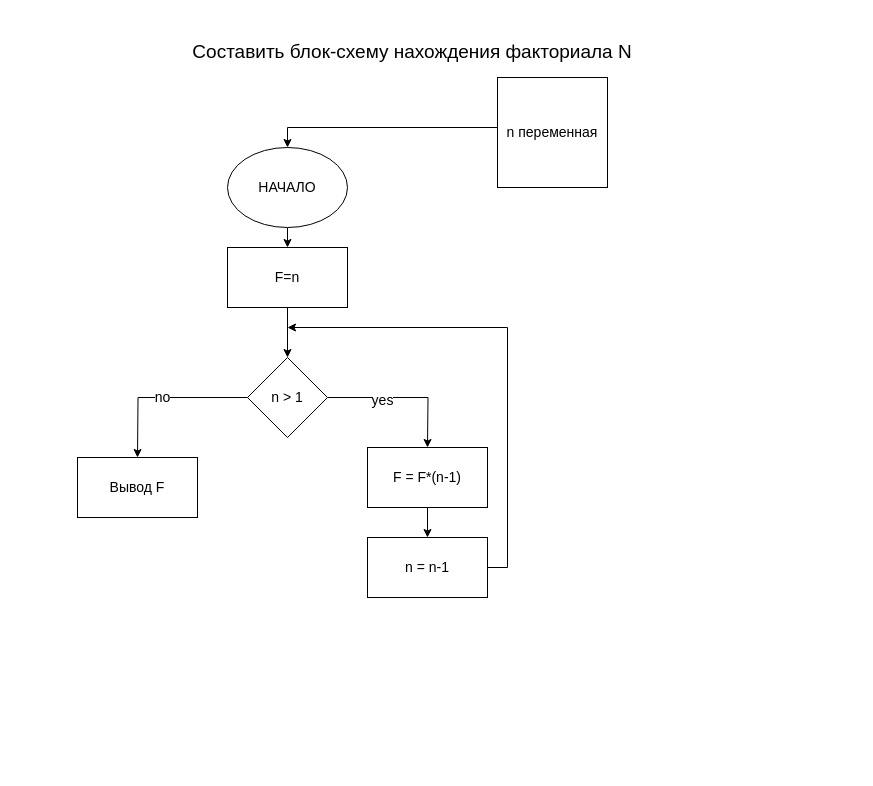
Semiranov/BlokShemi keeps this draw.io diagram as page "Страница 2" (2 of 2) of дз1.drawio. Above is the earlier version. Source tidied: cells renumbered, new cells numbered last; positions are measured from the earlier drawing's top-left corner, leaving out a move shared by most shapes. Both pictures are drawn from the tidied source at 100%, with x=0, y=0 at pixel (77, 37).
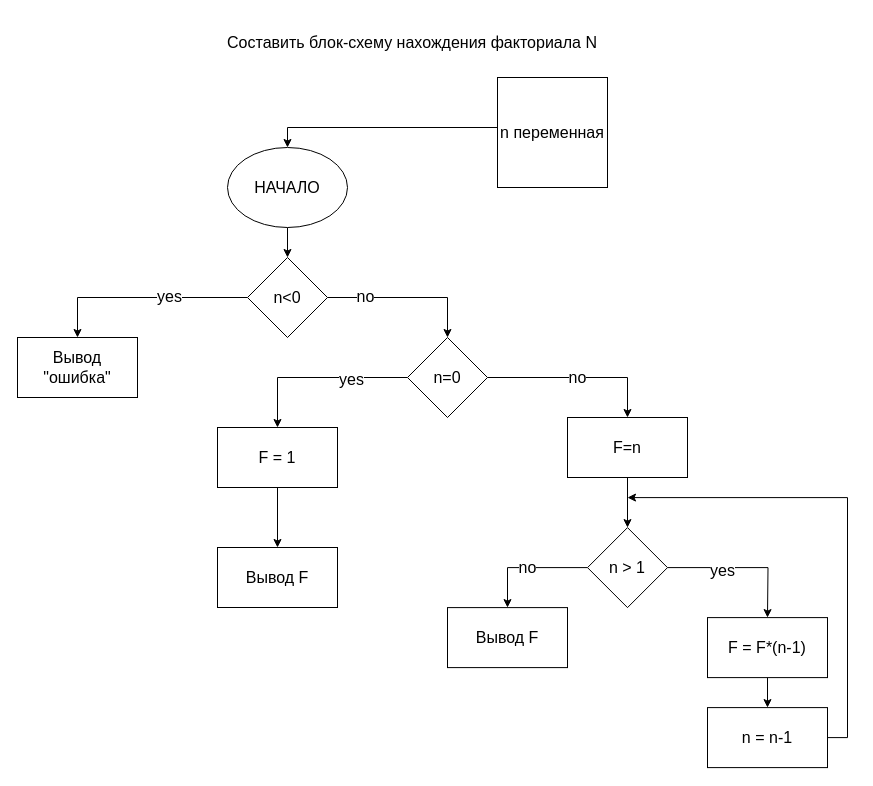
The same diagram, later.

The edit, as a diff of the source:
```diff
@@
-    <mxCell id="2" style="edgeStyle=orthogonalEdgeStyle;rounded=0;jettySize=auto;html=1;exitX=0.5;exitY=1;exitDx=0;exitDy=0;entryX=0.5;entryY=0;entryDx=0;entryDy=0;fontSize=14;" parent="1" edge="1" source="3" target="15">
-      <mxGeometry relative="1" as="geometry" />
-    </mxCell>
+    <mxCell id="18" style="edgeStyle=orthogonalEdgeStyle;rounded=0;jettySize=auto;html=1;exitX=0.5;exitY=1;exitDx=0;exitDy=0;entryX=0.5;entryY=0;entryDx=0;entryDy=0;fontSize=16;" parent="1" edge="1" source="3" target="30">
+      <mxGeometry relative="1" as="geometry" />
+    </mxCell>
-    <mxCell id="3" value="НАЧАЛО" style="ellipse;whiteSpace=wrap;html=1;fontSize=14;" parent="1" vertex="1">
+    <mxCell id="3" value="НАЧАЛО" style="ellipse;whiteSpace=wrap;html=1;fontSize=16;" parent="1" vertex="1">
       <mxGeometry x="150" y="110" width="120" height="80" as="geometry" />
     </mxCell>
-    <mxCell id="4" style="edgeStyle=orthogonalEdgeStyle;rounded=0;jettySize=auto;html=1;entryX=0.5;entryY=0;entryDx=0;entryDy=0;fontSize=14;" parent="1" edge="1" source="5" target="3">
+    <mxCell id="4" style="edgeStyle=orthogonalEdgeStyle;rounded=0;jettySize=auto;html=1;entryX=0.5;entryY=0;entryDx=0;entryDy=0;fontSize=16;" parent="1" edge="1" source="5" target="3">
       <mxGeometry relative="1" as="geometry">
         <Array as="points">
           <mxPoint x="210" y="90" />
         </Array>
       </mxGeometry>
     </mxCell>
-    <mxCell id="5" value="n переменная" style="whiteSpace=wrap;html=1;fontSize=14;" parent="1" vertex="1">
+    <mxCell id="5" value="n переменная" style="whiteSpace=wrap;html=1;fontSize=16;" parent="1" vertex="1">
       <mxGeometry x="420" y="40" width="110" height="110" as="geometry" />
     </mxCell>
-    <mxCell id="6" style="edgeStyle=orthogonalEdgeStyle;rounded=0;jettySize=auto;html=1;exitX=0.5;exitY=1;exitDx=0;exitDy=0;entryX=0.5;entryY=0;entryDx=0;entryDy=0;fontSize=14;" parent="1" edge="1" source="7" target="13">
+    <mxCell id="6" style="edgeStyle=orthogonalEdgeStyle;rounded=0;jettySize=auto;html=1;exitX=0.5;exitY=1;exitDx=0;exitDy=0;entryX=0.5;entryY=0;entryDx=0;entryDy=0;fontSize=16;" parent="1" edge="1" source="7" target="13">
       <mxGeometry relative="1" as="geometry" />
     </mxCell>
-    <mxCell id="7" value="F = F*(n-1)" style="rounded=0;whiteSpace=wrap;html=1;fontSize=14;" parent="1" vertex="1">
-      <mxGeometry x="290" y="410" width="120" height="60" as="geometry" />
+    <mxCell id="7" value="F = F*(n-1)" style="rounded=0;whiteSpace=wrap;html=1;fontSize=16;" parent="1" vertex="1">
+      <mxGeometry x="630" y="580.1" width="120" height="60" as="geometry" />
     </mxCell>
-    <mxCell id="8" style="edgeStyle=orthogonalEdgeStyle;rounded=0;jettySize=auto;html=1;exitX=1;exitY=0.5;exitDx=0;exitDy=0;fontSize=14;" parent="1" edge="1" source="11">
+    <mxCell id="8" style="edgeStyle=orthogonalEdgeStyle;rounded=0;jettySize=auto;html=1;exitX=1;exitY=0.5;exitDx=0;exitDy=0;fontSize=16;" parent="1" edge="1" source="11">
       <mxGeometry relative="1" as="geometry">
-        <mxPoint x="350" y="410" as="targetPoint" />
+        <mxPoint x="690" y="580.1" as="targetPoint" />
       </mxGeometry>
     </mxCell>
-    <mxCell id="9" value="yes" style="edgeLabel;html=1;align=center;verticalAlign=middle;fontSize=14;" parent="8" vertex="1">
+    <mxCell id="9" value="yes" style="edgeLabel;html=1;align=center;verticalAlign=middle;fontSize=16;" parent="8" vertex="1">
       <mxGeometry x="-0.28" y="-2" relative="1" as="geometry" />
     </mxCell>
-    <mxCell id="10" value="no" style="edgeStyle=orthogonalEdgeStyle;rounded=0;jettySize=auto;html=1;exitX=0;exitY=0.5;exitDx=0;exitDy=0;fontSize=14;" parent="1" edge="1" source="11">
-      <mxGeometry relative="1" as="geometry">
-        <mxPoint x="60" y="420" as="targetPoint" />
-      </mxGeometry>
+    <mxCell id="10" value="no" style="edgeStyle=orthogonalEdgeStyle;rounded=0;jettySize=auto;html=1;exitX=0;exitY=0.5;exitDx=0;exitDy=0;fontSize=16;entryX=0.5;entryY=0;entryDx=0;entryDy=0;" parent="1" edge="1" source="11" target="16">
+      <mxGeometry relative="1" as="geometry" />
     </mxCell>
-    <mxCell id="11" value="n &amp;gt; 1" style="rhombus;whiteSpace=wrap;html=1;fontSize=14;" parent="1" vertex="1">
-      <mxGeometry x="170" y="320" width="80" height="80" as="geometry" />
+    <mxCell id="11" value="n &amp;gt; 1" style="rhombus;whiteSpace=wrap;html=1;fontSize=16;" parent="1" vertex="1">
+      <mxGeometry x="510" y="490.1" width="80" height="80" as="geometry" />
     </mxCell>
-    <mxCell id="12" style="edgeStyle=orthogonalEdgeStyle;rounded=0;jettySize=auto;html=1;exitX=1;exitY=0.5;exitDx=0;exitDy=0;fontSize=14;" parent="1" edge="1" source="13">
+    <mxCell id="12" style="edgeStyle=orthogonalEdgeStyle;rounded=0;jettySize=auto;html=1;exitX=1;exitY=0.5;exitDx=0;exitDy=0;fontSize=16;" parent="1" edge="1" source="13">
       <mxGeometry relative="1" as="geometry">
-        <mxPoint x="210" y="290" as="targetPoint" />
+        <mxPoint x="550" y="460.1" as="targetPoint" />
         <Array as="points">
-          <mxPoint x="430" y="530" />
-          <mxPoint x="430" y="290" />
+          <mxPoint x="770" y="700.1" />
+          <mxPoint x="770" y="460.1" />
         </Array>
       </mxGeometry>
     </mxCell>
-    <mxCell id="13" value="n = n-1" style="rounded=0;whiteSpace=wrap;html=1;fontSize=14;" parent="1" vertex="1">
-      <mxGeometry x="290" y="500" width="120" height="60" as="geometry" />
+    <mxCell id="13" value="n = n-1" style="rounded=0;whiteSpace=wrap;html=1;fontSize=16;" parent="1" vertex="1">
+      <mxGeometry x="630" y="670.1" width="120" height="60" as="geometry" />
     </mxCell>
-    <mxCell id="14" style="edgeStyle=orthogonalEdgeStyle;rounded=0;jettySize=auto;html=1;exitX=0.5;exitY=1;exitDx=0;exitDy=0;fontSize=14;" parent="1" edge="1" source="15" target="11">
+    <mxCell id="14" style="edgeStyle=orthogonalEdgeStyle;rounded=0;jettySize=auto;html=1;exitX=0.5;exitY=1;exitDx=0;exitDy=0;fontSize=16;" parent="1" edge="1" source="15" target="11">
       <mxGeometry relative="1" as="geometry" />
     </mxCell>
-    <mxCell id="15" value="F=n" style="rounded=0;whiteSpace=wrap;html=1;fontSize=14;" parent="1" vertex="1">
-      <mxGeometry x="150" y="210" width="120" height="60" as="geometry" />
+    <mxCell id="15" value="F=n" style="rounded=0;whiteSpace=wrap;html=1;fontSize=16;" parent="1" vertex="1">
+      <mxGeometry x="490" y="380" width="120" height="60" as="geometry" />
     </mxCell>
-    <mxCell id="16" value="Вывод F" style="rounded=0;whiteSpace=wrap;html=1;fontSize=14;" parent="1" vertex="1">
-      <mxGeometry y="420" width="120" height="60" as="geometry" />
+    <mxCell id="16" value="Вывод F" style="rounded=0;whiteSpace=wrap;html=1;fontSize=16;" parent="1" vertex="1">
+      <mxGeometry x="370" y="570.1" width="120" height="60" as="geometry" />
     </mxCell>
-    <mxCell id="17" value="&lt;div style=&quot;text-align: start; font-size: 19px;&quot; title=&quot;Page 1&quot; class=&quot;page&quot;&gt;&lt;div style=&quot;background-color: rgb(255, 255, 255); font-size: 19px;&quot; class=&quot;section&quot;&gt;&lt;div class=&quot;layoutArea&quot; style=&quot;font-size: 19px;&quot;&gt;&lt;div class=&quot;column&quot; style=&quot;font-size: 19px;&quot;&gt;&lt;p style=&quot;font-size: 19px;&quot;&gt;&lt;span style=&quot;font-size: 19px; font-family: ArialMT;&quot;&gt;Составить блок-схему нахождения факториала N&lt;/span&gt;&lt;/p&gt;&lt;/div&gt;&lt;/div&gt;&lt;/div&gt;&lt;/div&gt;" style="text;html=1;strokeColor=none;fillColor=none;align=center;verticalAlign=middle;whiteSpace=wrap;rounded=0;fontSize=19;" parent="1" vertex="1">
-      <mxGeometry x="100" width="470" height="30" as="geometry" />
+    <mxCell id="17" value="&lt;div style=&quot;text-align: start; font-size: 16px;&quot; title=&quot;Page 1&quot; class=&quot;page&quot;&gt;&lt;div style=&quot;background-color: rgb(255, 255, 255); font-size: 16px;&quot; class=&quot;section&quot;&gt;&lt;div class=&quot;layoutArea&quot; style=&quot;font-size: 16px;&quot;&gt;&lt;div class=&quot;column&quot; style=&quot;font-size: 16px;&quot;&gt;&lt;p style=&quot;font-size: 16px;&quot;&gt;&lt;span style=&quot;font-size: 16px; font-family: ArialMT;&quot;&gt;Составить блок-схему нахождения факториала N&lt;/span&gt;&lt;/p&gt;&lt;/div&gt;&lt;/div&gt;&lt;/div&gt;&lt;/div&gt;" style="text;html=1;strokeColor=none;fillColor=none;align=center;verticalAlign=middle;whiteSpace=wrap;rounded=0;fontSize=16;" parent="1" vertex="1">
+      <mxGeometry x="100" y="-10" width="470" height="30" as="geometry" />
     </mxCell>
+    <mxCell id="19" value="no" style="edgeStyle=orthogonalEdgeStyle;rounded=0;jettySize=auto;html=1;exitX=1;exitY=0.5;exitDx=0;exitDy=0;entryX=0.5;entryY=0;entryDx=0;entryDy=0;fontSize=16;" parent="1" edge="1" source="22" target="15">
+      <mxGeometry relative="1" as="geometry" />
+    </mxCell>
+    <mxCell id="20" style="edgeStyle=orthogonalEdgeStyle;rounded=0;jettySize=auto;html=1;exitX=0;exitY=0.5;exitDx=0;exitDy=0;fontSize=16;" parent="1" edge="1" source="22" target="24">
+      <mxGeometry relative="1" as="geometry" />
+    </mxCell>
+    <mxCell id="21" value="yes" style="edgeLabel;html=1;align=center;verticalAlign=middle;fontSize=16;" parent="20" vertex="1">
+      <mxGeometry x="-0.36" y="1" relative="1" as="geometry">
+        <mxPoint x="1" as="offset" />
+      </mxGeometry>
+    </mxCell>
+    <mxCell id="22" value="n=0" style="rhombus;whiteSpace=wrap;html=1;fontSize=16;" parent="1" vertex="1">
+      <mxGeometry x="330" y="300" width="80" height="80" as="geometry" />
+    </mxCell>
+    <mxCell id="23" style="edgeStyle=orthogonalEdgeStyle;rounded=0;jettySize=auto;html=1;fontSize=16;" parent="1" edge="1" source="24" target="25">
+      <mxGeometry relative="1" as="geometry" />
+    </mxCell>
+    <mxCell id="24" value="F = 1" style="rounded=0;whiteSpace=wrap;html=1;fontSize=16;" parent="1" vertex="1">
+      <mxGeometry x="140" y="390" width="120" height="60" as="geometry" />
+    </mxCell>
+    <mxCell id="25" value="Вывод F" style="rounded=0;whiteSpace=wrap;html=1;fontSize=16;" parent="1" vertex="1">
+      <mxGeometry x="140" y="510" width="120" height="60" as="geometry" />
+    </mxCell>
+    <mxCell id="26" style="edgeStyle=orthogonalEdgeStyle;rounded=0;jettySize=auto;html=1;exitX=0;exitY=0.5;exitDx=0;exitDy=0;entryX=0.5;entryY=0;entryDx=0;entryDy=0;fontSize=16;" parent="1" edge="1" source="30" target="31">
+      <mxGeometry relative="1" as="geometry" />
+    </mxCell>
+    <mxCell id="27" value="yes" style="edgeLabel;html=1;align=center;verticalAlign=middle;fontSize=16;" parent="26" vertex="1">
+      <mxGeometry x="-0.24" y="-2" relative="1" as="geometry">
+        <mxPoint x="1" as="offset" />
+      </mxGeometry>
+    </mxCell>
+    <mxCell id="28" style="edgeStyle=orthogonalEdgeStyle;rounded=0;jettySize=auto;html=1;exitX=1;exitY=0.5;exitDx=0;exitDy=0;entryX=0.5;entryY=0;entryDx=0;entryDy=0;fontSize=16;" parent="1" edge="1" source="30" target="22">
+      <mxGeometry relative="1" as="geometry" />
+    </mxCell>
+    <mxCell id="29" value="no" style="edgeLabel;html=1;align=center;verticalAlign=middle;fontSize=16;" parent="28" vertex="1">
+      <mxGeometry x="-0.55" y="2" relative="1" as="geometry">
+        <mxPoint x="1" as="offset" />
+      </mxGeometry>
+    </mxCell>
+    <mxCell id="30" value="n&amp;lt;0" style="rhombus;whiteSpace=wrap;html=1;fontSize=16;" parent="1" vertex="1">
+      <mxGeometry x="170" y="220" width="80" height="80" as="geometry" />
+    </mxCell>
+    <mxCell id="31" value="Вывод &quot;ошибка&quot;" style="rounded=0;whiteSpace=wrap;html=1;fontSize=16;" parent="1" vertex="1">
+      <mxGeometry x="-60" y="300" width="120" height="60" as="geometry" />
+    </mxCell>
```
